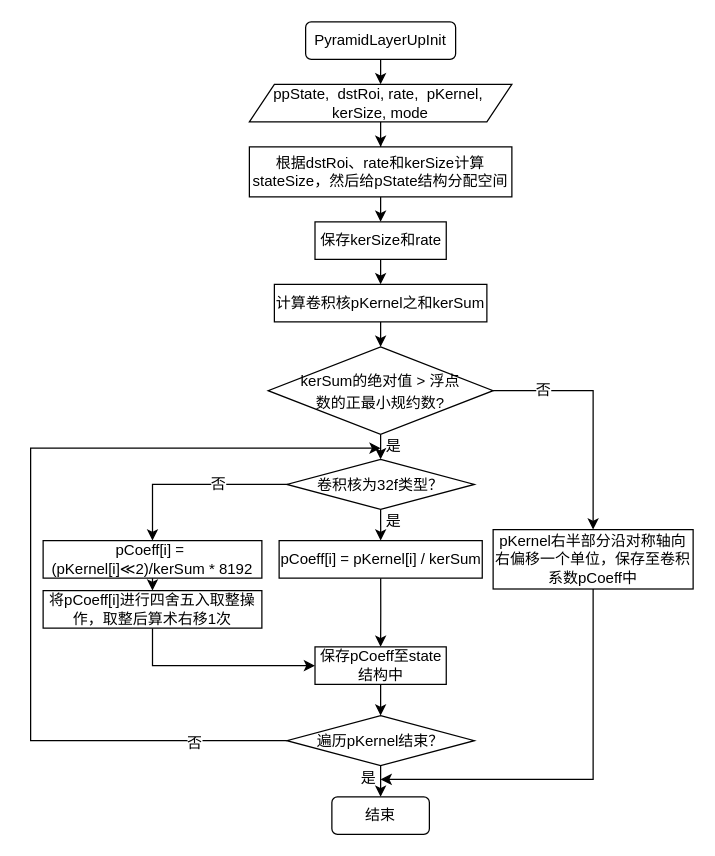
This is Pyramid/PyramidLayerUpInit.drawio from hwm0726/drawioFile, a draw.io file, before an edit. Source tidied: cells renumbered, new cells numbered last; positions are measured from the earlier drawing's top-left corner, leaving out a move shared by most shapes. Both pictures are drawn from the tidied source at 125%, with x=0, y=0 at pixel (30, 21).
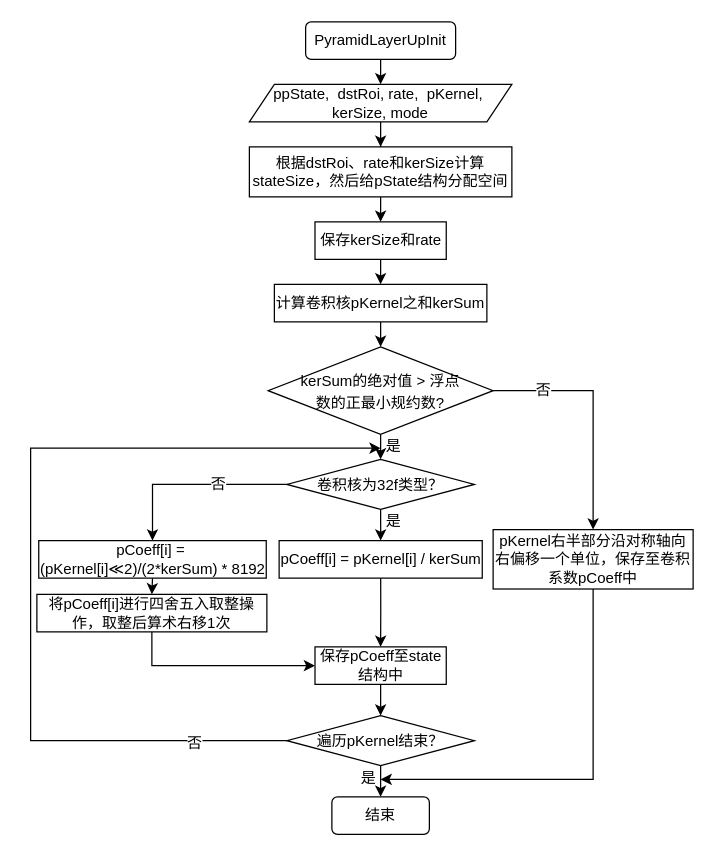
The same page after the edit.

Diff of the diagram source:
```diff
@@
-    <mxCell id="23" value="pCoeff[i] =&amp;nbsp; (pKernel[i]≪2)/kerSum * 8192" style="rounded=0;whiteSpace=wrap;html=1;" parent="1" vertex="1">
-      <mxGeometry x="10" y="415" width="175" height="30" as="geometry" />
+    <mxCell id="23" value="pCoeff[i] =&amp;nbsp; (pKernel[i]≪2)/(2*kerSum) * 8192" style="rounded=0;whiteSpace=wrap;html=1;" parent="1" vertex="1">
+      <mxGeometry x="6.5" y="415" width="182" height="30" as="geometry" />
     </mxCell>
@@
     <mxCell id="25" value="将pCoeff[i]进行四舍五入取整操作，取整后算术右移1次" style="rounded=0;whiteSpace=wrap;html=1;" parent="1" vertex="1">
-      <mxGeometry x="10" y="455" width="175" height="30" as="geometry" />
+      <mxGeometry x="5" y="458" width="184" height="30" as="geometry" />
     </mxCell>
```
